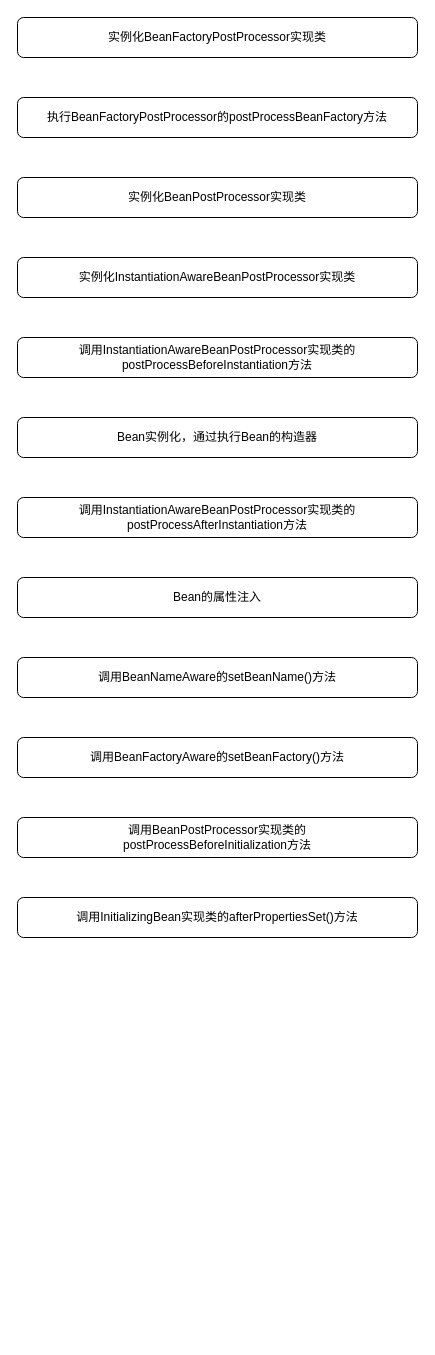
The draw.io diagram 杂/spring相关.drawio in ZouShuYou/diagrams, before the edit. Source tidied: cells renumbered, new cells numbered last; positions are measured from the earlier drawing's top-left corner, leaving out a move shared by most shapes. Both pictures are drawn from the tidied source at 100%, with x=0, y=0 at pixel (17, 17).
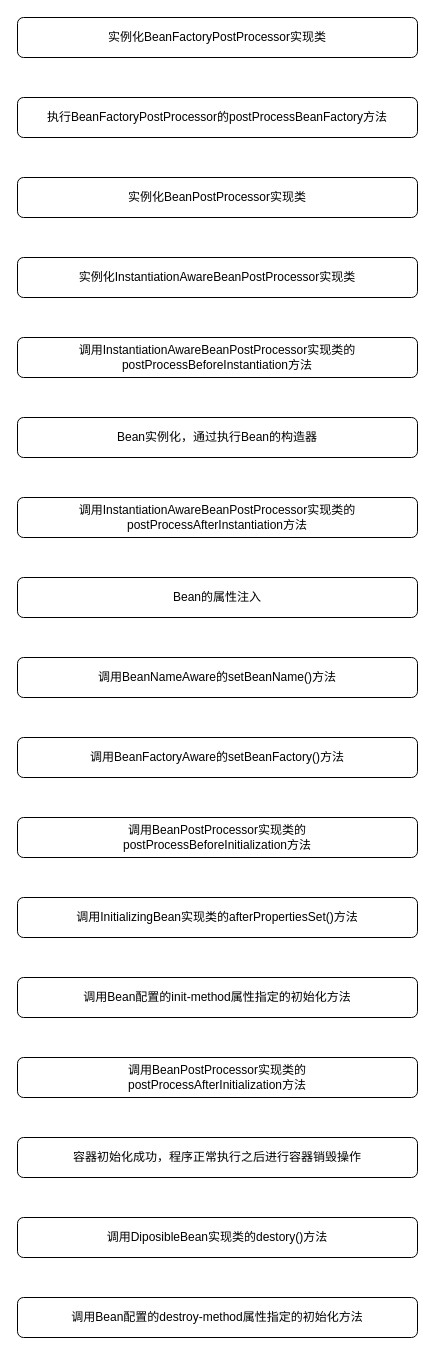
The same page after the edit.

Diff of the diagram source:
```diff
@@
 <mxGraphModel>
   <root>
     <mxCell id="0" />
     <mxCell id="1" parent="0" />
     <mxCell id="2" value="实例化BeanFactoryPostProcessor实现类" style="rounded=1;whiteSpace=wrap;html=1;" parent="1" vertex="1">
       <mxGeometry width="400" height="40" as="geometry" />
     </mxCell>
     <mxCell id="3" value="实例化BeanPostProcessor实现类" style="rounded=1;whiteSpace=wrap;html=1;" parent="1" vertex="1">
       <mxGeometry y="160" width="400" height="40" as="geometry" />
     </mxCell>
     <mxCell id="4" value="执行BeanFactoryPostProcessor的postProcessBeanFactory方法" style="rounded=1;whiteSpace=wrap;html=1;" parent="1" vertex="1">
       <mxGeometry y="80" width="400" height="40" as="geometry" />
     </mxCell>
     <mxCell id="5" value="实例化InstantiationAwareBeanPostProcessor实现类" style="rounded=1;whiteSpace=wrap;html=1;" parent="1" vertex="1">
       <mxGeometry y="240" width="400" height="40" as="geometry" />
     </mxCell>
     <mxCell id="6" value="调用InstantiationAwareBeanPostProcessor实现类的postProcessBeforeInstantiation方法" style="rounded=1;whiteSpace=wrap;html=1;" parent="1" vertex="1">
       <mxGeometry y="320" width="400" height="40" as="geometry" />
     </mxCell>
     <mxCell id="7" value="Bean实例化，通过执行Bean的构造器" style="rounded=1;whiteSpace=wrap;html=1;" parent="1" vertex="1">
       <mxGeometry y="400" width="400" height="40" as="geometry" />
     </mxCell>
     <mxCell id="8" value="调用InstantiationAwareBeanPostProcessor实现类的postProcessAfterInstantiation方法" style="rounded=1;whiteSpace=wrap;html=1;" parent="1" vertex="1">
       <mxGeometry y="480" width="400" height="40" as="geometry" />
     </mxCell>
     <mxCell id="9" value="Bean的属性注入" style="rounded=1;whiteSpace=wrap;html=1;" parent="1" vertex="1">
       <mxGeometry y="560" width="400" height="40" as="geometry" />
     </mxCell>
     <mxCell id="10" value="调用BeanNameAware的setBeanName()方法" style="rounded=1;whiteSpace=wrap;html=1;" parent="1" vertex="1">
       <mxGeometry y="640" width="400" height="40" as="geometry" />
     </mxCell>
     <mxCell id="11" value="调用BeanFactoryAware的setBeanFactory()方法" style="rounded=1;whiteSpace=wrap;html=1;" parent="1" vertex="1">
       <mxGeometry y="720" width="400" height="40" as="geometry" />
     </mxCell>
     <mxCell id="12" value="调用BeanPostProcessor实现类的&lt;br&gt;postProcessBeforeInitialization方法" style="rounded=1;whiteSpace=wrap;html=1;" parent="1" vertex="1">
       <mxGeometry y="800" width="400" height="40" as="geometry" />
     </mxCell>
     <mxCell id="13" value="调用InitializingBean实现类的afterPropertiesSet()方法" style="rounded=1;whiteSpace=wrap;html=1;" parent="1" vertex="1">
       <mxGeometry y="880" width="400" height="40" as="geometry" />
     </mxCell>
+    <mxCell id="14" value="调用Bean配置的init-method属性指定的初始化方法" style="rounded=1;whiteSpace=wrap;html=1;" parent="1" vertex="1">
+      <mxGeometry y="960" width="400" height="40" as="geometry" />
+    </mxCell>
+    <mxCell id="15" value="调用BeanPostProcessor实现类的&lt;br&gt;postProcessAfterInitialization方法" style="rounded=1;whiteSpace=wrap;html=1;" parent="1" vertex="1">
+      <mxGeometry y="1040" width="400" height="40" as="geometry" />
+    </mxCell>
+    <mxCell id="16" value="容器初始化成功，程序正常执行之后进行容器销毁操作" style="rounded=1;whiteSpace=wrap;html=1;" parent="1" vertex="1">
+      <mxGeometry y="1120" width="400" height="40" as="geometry" />
+    </mxCell>
+    <mxCell id="17" value="调用DiposibleBean实现类的destory()方法" style="rounded=1;whiteSpace=wrap;html=1;" parent="1" vertex="1">
+      <mxGeometry y="1200" width="400" height="40" as="geometry" />
+    </mxCell>
+    <mxCell id="18" value="调用Bean配置的destroy-method属性指定的初始化方法" style="rounded=1;whiteSpace=wrap;html=1;" parent="1" vertex="1">
+      <mxGeometry y="1280" width="400" height="40" as="geometry" />
+    </mxCell>
   </root>
 </mxGraphModel>
```
